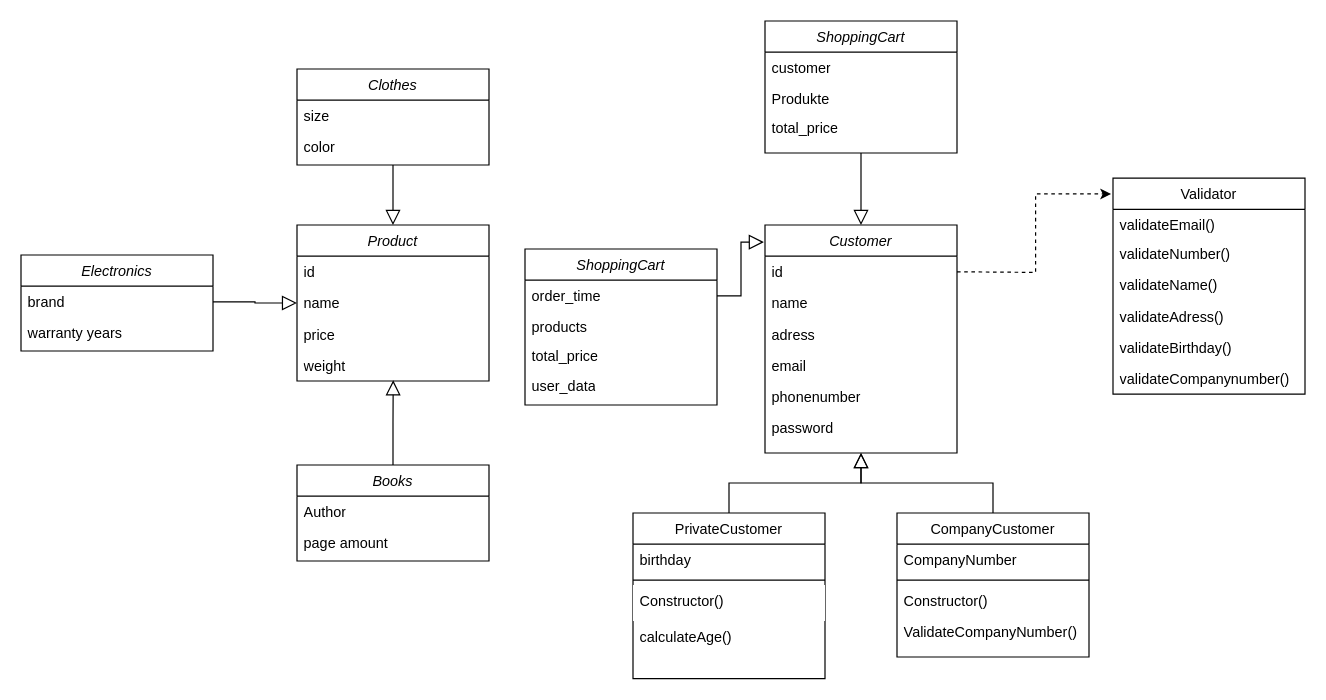
This is WarenWelt-System/Klassendiagramm.drawio from TamasSztojka/Ausbildung, a draw.io file, before an edit. Source tidied: cells renumbered, new cells numbered last; positions are measured from the earlier drawing's top-left corner, leaving out a move shared by most shapes. Both pictures are drawn from the tidied source at 120%, with x=0, y=0 at pixel (20, 20).
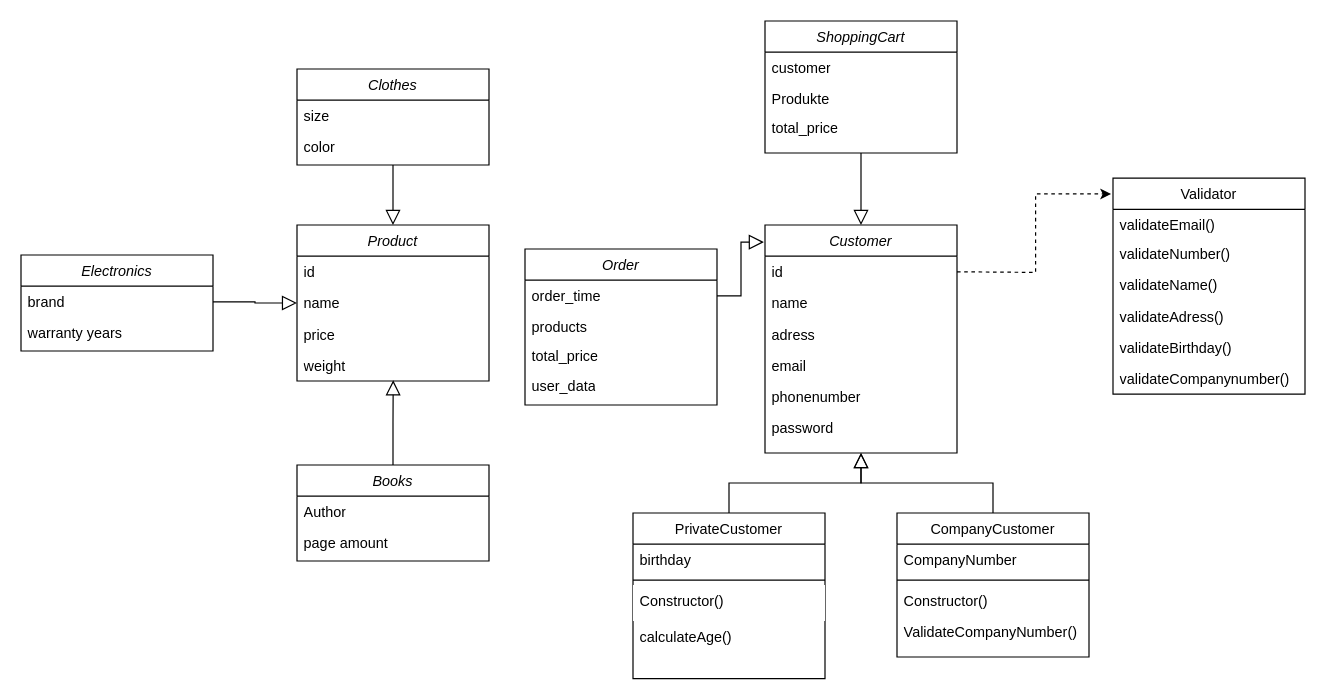
After the change.

Diff of the diagram source:
```diff
@@
-    <mxCell id="51" value="ShoppingCart" style="swimlane;fontStyle=2;align=center;verticalAlign=top;horizontal=1;startSize=26;rounded=0;shadow=0;strokeWidth=1;" parent="1" vertex="1">
+    <mxCell id="51" value="Order" style="swimlane;fontStyle=2;align=center;verticalAlign=top;horizontal=1;startSize=26;rounded=0;shadow=0;strokeWidth=1;" parent="1" vertex="1">
       <mxGeometry x="420" y="190" width="160" height="130" as="geometry" />
     </mxCell>
```
